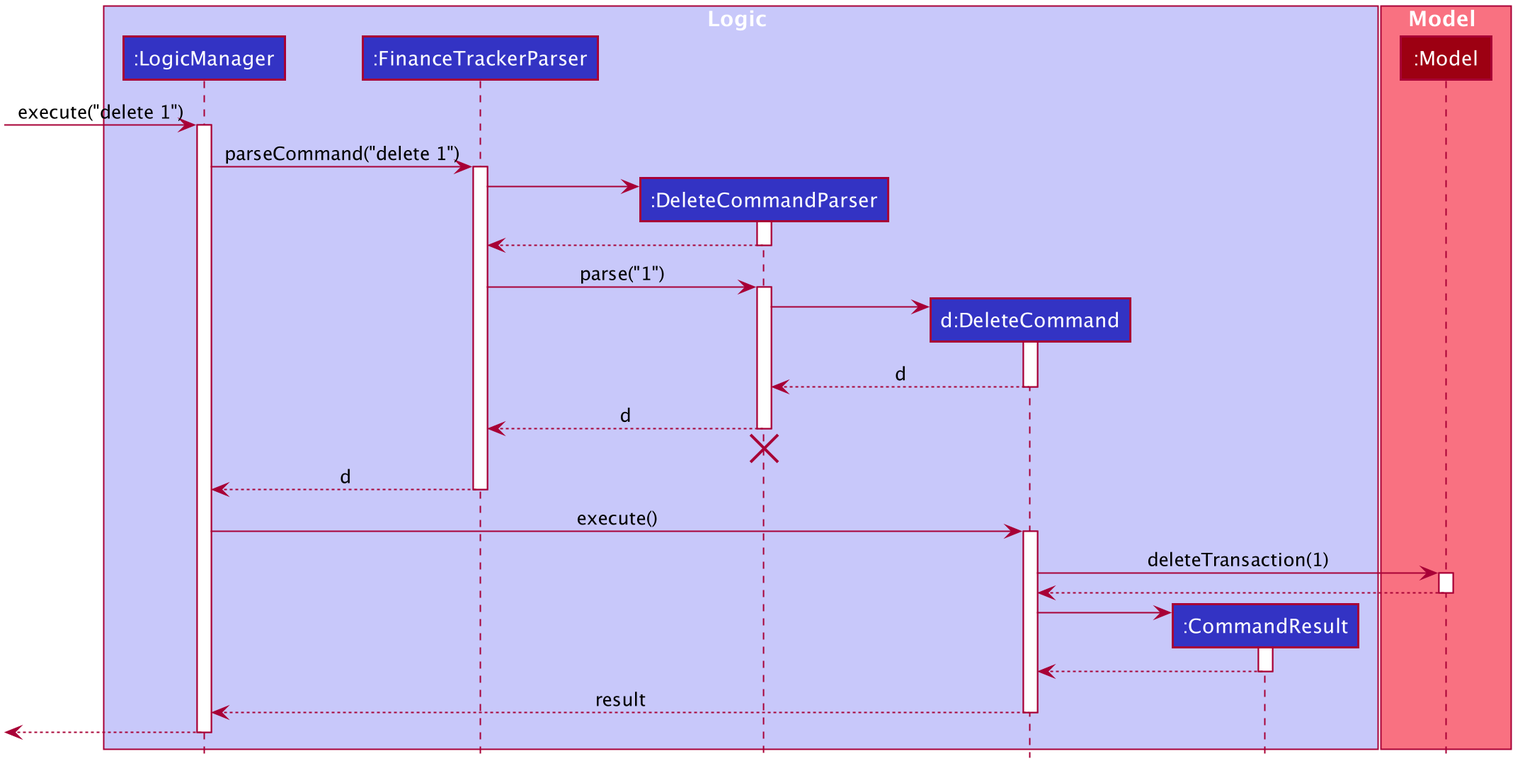
Earlier version of the PlantUML export images/DeleteSequenceDiagram.png (wltan/tp).
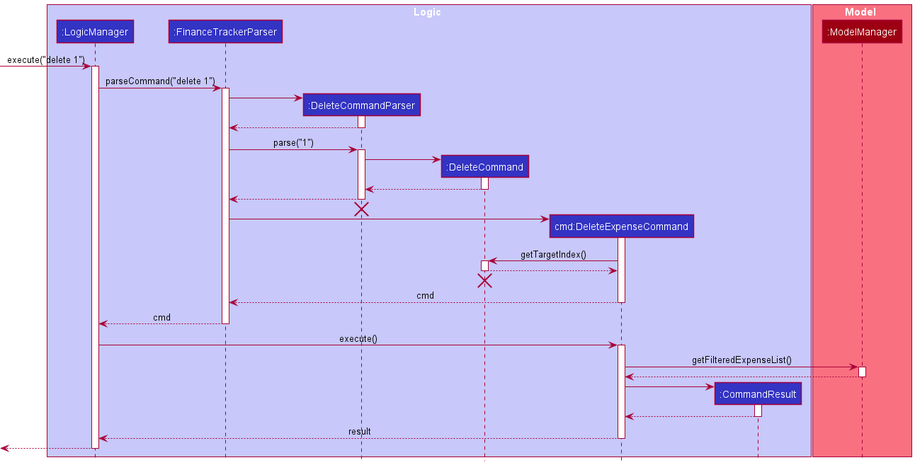
The same diagram one commit later.

Change to the diagram source:
```diff
@@ -1,63 +1,17 @@
 @startuml
+!include style.puml
 
-
-
-
-
-
-
-
-skinparam BackgroundColor #FFFFFFF
-
-skinparam Shadowing false
-
-skinparam Class {
-    FontColor #FFFFFF
-    BorderThickness 1
-    BorderColor #FFFFFF
-    StereotypeFontColor #FFFFFF
-    FontName Arial
-}
-
-skinparam Actor {
-    BorderColor #000000
-    Color #000000
-    FontName Arial
-}
-
-skinparam Sequence {
-    MessageAlign center
-    BoxFontSize 15
-    BoxPadding 0
-    BoxFontColor #FFFFFF
-    FontName Arial
-}
-
-skinparam Participant {
-    FontColor #FFFFFFF
-    Padding 20
-}
-
-skinparam MinClassWidth 50
-skinparam ParticipantPadding 10
-skinparam Shadowing false
-skinparam DefaultTextAlignment center
-skinparam packageStyle Rectangle
-
-hide footbox
-hide members
-hide circle
-
-box Logic #C8C8FA
-participant ":LogicManager" as LogicManager #3333C4
-participant ":FinanceTrackerParser" as FinanceTrackerParser #3333C4
-participant ":DeleteCommandParser" as DeleteCommandParser #3333C4
-participant "d:DeleteCommand" as DeleteCommand #3333C4
-participant ":CommandResult" as CommandResult #3333C4
+box Logic LOGIC_COLOR_T1
+participant ":LogicManager" as LogicManager LOGIC_COLOR
+participant ":FinanceTrackerParser" as FinanceTrackerParser LOGIC_COLOR
+participant ":DeleteCommandParser" as DeleteCommandParser LOGIC_COLOR
+participant ":DeleteCommand" as DeleteCommand LOGIC_COLOR
+participant "cmd:DeleteExpenseCommand" as DeleteExpenseCommand LOGIC_COLOR
+participant ":CommandResult" as CommandResult LOGIC_COLOR
 end box
 
-box Model #F97181
-participant ":Model" as Model #9D0012
+box Model MODEL_COLOR_T1
+participant ":ModelManager" as ModelManager MODEL_COLOR
 end box
 
 [-> LogicManager : execute("delete 1")
@@ -80,35 +34,51 @@
 DeleteCommandParser -> DeleteCommand
 activate DeleteCommand
 
-DeleteCommand --> DeleteCommandParser : d
+DeleteCommand --> DeleteCommandParser
 deactivate DeleteCommand
 
-DeleteCommandParser --> FinanceTrackerParser : d
+DeleteCommandParser --> FinanceTrackerParser
 deactivate DeleteCommandParser
 DeleteCommandParser -[hidden]-> FinanceTrackerParser
 destroy DeleteCommandParser
 
-FinanceTrackerParser --> LogicManager : d
+create DeleteExpenseCommand
+FinanceTrackerParser -> DeleteExpenseCommand
+activate DeleteExpenseCommand
+
+DeleteExpenseCommand -> DeleteCommand : getTargetIndex()
+activate DeleteCommand
+
+DeleteCommand --> DeleteExpenseCommand
+deactivate DeleteCommand
+
+DeleteCommand -[hidden]-> FinanceTrackerParser
+destroy DeleteCommand
+
+DeleteExpenseCommand --> FinanceTrackerParser : cmd
+deactivate DeleteExpenseCommand
+
+FinanceTrackerParser --> LogicManager : cmd
 deactivate FinanceTrackerParser
 
-LogicManager -> DeleteCommand : execute()
-activate DeleteCommand
+LogicManager -> DeleteExpenseCommand : execute()
+activate DeleteExpenseCommand
 
-DeleteCommand -> Model : deleteTransaction(1)
-activate Model
+DeleteExpenseCommand -> ModelManager : getFilteredExpenseList()
+activate ModelManager
 
-Model --> DeleteCommand
-deactivate Model
+ModelManager --> DeleteExpenseCommand
+deactivate ModelManager
 
 create CommandResult
-DeleteCommand -> CommandResult
+DeleteExpenseCommand -> CommandResult
 activate CommandResult
 
-CommandResult --> DeleteCommand
+CommandResult --> DeleteExpenseCommand
 deactivate CommandResult
 
-DeleteCommand --> LogicManager : result
-deactivate DeleteCommand
+DeleteExpenseCommand --> LogicManager : result
+deactivate DeleteExpenseCommand
 
 [<--LogicManager
 deactivate LogicManager
```
